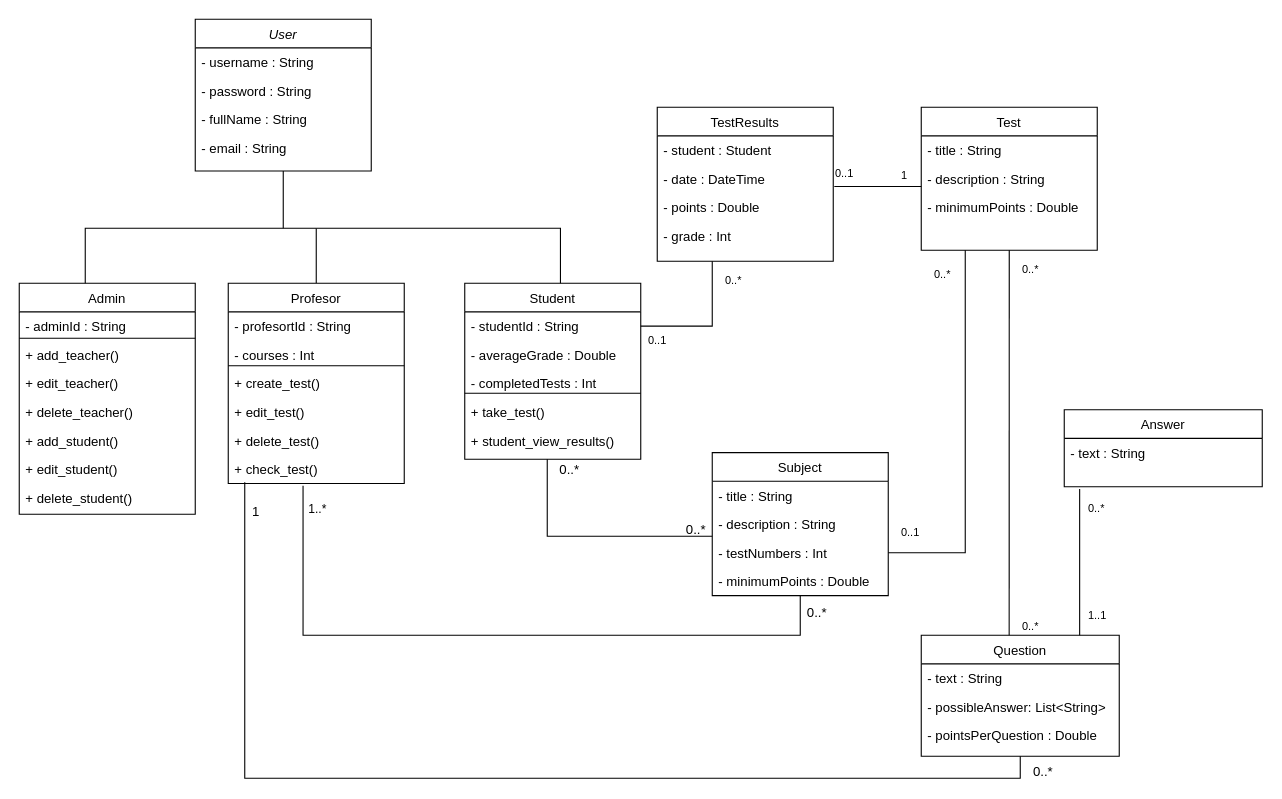
Mladjenovic/SOTIS_SEM keeps this draw.io diagram as documentation/Model.drawio. Above is the earlier version. Source tidied: cells renumbered, new cells numbered last; positions are measured from the earlier drawing's top-left corner, leaving out a move shared by most shapes. Both pictures are drawn from the tidied source at 110%, with x=0, y=0 at pixel (19, 19).
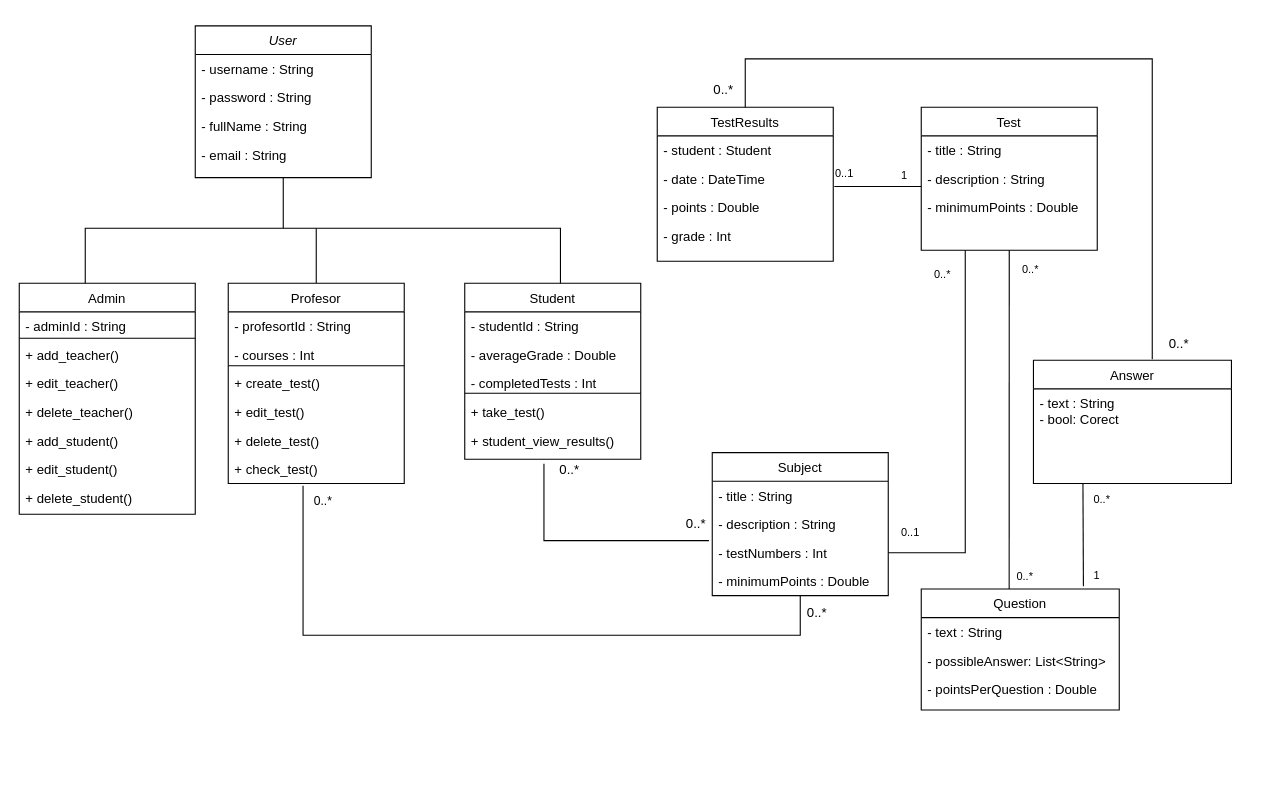
The same diagram, later.

The change refers to these unchanged cells:
```xml
<mxCell id="8" value="- studentId : String" style="text;align=left;verticalAlign=top;spacingLeft=4;spacingRight=4;overflow=hidden;points=[[0,0.5],[1,0.5]];portConstraint=eastwest;" parent="7" vertex="1">
  <mxGeometry y="26" width="160" height="26" as="geometry" />
</mxCell>
<mxCell id="37" style="endArrow=none;html=1;rounded=0;entryX=0.425;entryY=1.077;entryDx=0;entryDy=0;entryPerimeter=0;exitX=0.5;exitY=1;exitDx=0;exitDy=0;" parent="1" edge="1" source="32" target="22">
  <mxGeometry relative="1" as="geometry">
    <Array as="points">
      <mxPoint x="710" y="560" />
      <mxPoint x="258" y="560" />
    </Array>
  </mxGeometry>
</mxCell>
<mxCell id="47" value="TestResults" style="swimlane;fontStyle=0;align=center;verticalAlign=top;horizontal=1;startSize=26;rounded=0;shadow=0;strokeWidth=1;" parent="1" vertex="1">
  <mxGeometry x="580" y="80" width="160" height="140" as="geometry" />
</mxCell>
```

What changed in the source:
```diff
@@
-<mxGraphModel>
+<mxGraphModel background="#FFFFFF">
@@
-    <mxCell id="2" value="User" style="swimlane;fontStyle=2;align=center;verticalAlign=top;horizontal=1;startSize=26;rounded=0;shadow=0;strokeWidth=1;" parent="1" vertex="1">
-      <mxGeometry x="160" width="160" height="138" as="geometry" />
+    <mxCell id="2" value="User" style="swimlane;fontStyle=2;align=center;verticalAlign=top;horizontal=1;startSize=26;rounded=0;shadow=0;strokeWidth=1;fillColor=default;strokeColor=default;fontColor=default;" parent="1" vertex="1">
+      <mxGeometry x="160" y="6" width="160" height="138" as="geometry" />
     </mxCell>
@@
-    <mxCell id="38" value="1..*" style="edgeLabel;html=1;align=center;verticalAlign=middle;" parent="37" vertex="1">
+    <mxCell id="38" value="0..*" style="edgeLabel;html=1;align=center;verticalAlign=middle;labelBackgroundColor=default;fontColor=default;" parent="37" vertex="1">
       <mxGeometry x="0.89" y="-10" relative="1" as="geometry">
-        <mxPoint x="2" y="-14" as="offset" />
+        <mxPoint x="7" y="-21" as="offset" />
       </mxGeometry>
     </mxCell>
-    <mxCell id="39" value="0..*" style="text;html=1;align=center;verticalAlign=middle;strokeColor=none;fillColor=none;" parent="1" vertex="1">
-      <mxGeometry x="600" y="454" width="30" height="20" as="geometry" />
+    <mxCell id="39" value="0..*" style="text;html=1;align=center;verticalAlign=middle;strokeColor=none;fillColor=none;fontColor=default;" parent="1" vertex="1">
+      <mxGeometry x="600" y="449" width="30" height="20" as="geometry" />
     </mxCell>
-    <mxCell id="40" style="endArrow=none;html=1;rounded=0;" parent="1" edge="1">
+    <mxCell id="40" style="endArrow=none;html=1;rounded=0;strokeColor=default;labelBackgroundColor=default;fontColor=default;" parent="1" edge="1">
       <mxGeometry relative="1" as="geometry">
-        <mxPoint x="630" y="470" as="sourcePoint" />
-        <mxPoint x="480" y="400" as="targetPoint" />
+        <mxPoint x="627" y="474" as="sourcePoint" />
+        <mxPoint x="477" y="404" as="targetPoint" />
         <Array as="points">
-          <mxPoint x="480" y="470" />
+          <mxPoint x="477" y="474" />
         </Array>
       </mxGeometry>
     </mxCell>
@@
-    <mxCell id="52" value="Question" style="swimlane;fontStyle=0;align=center;verticalAlign=top;horizontal=1;startSize=26;rounded=0;shadow=0;strokeWidth=1;" parent="1" vertex="1">
-      <mxGeometry x="820" y="560" width="180" height="110" as="geometry" />
+    <mxCell id="52" value="Question" style="swimlane;fontStyle=0;align=center;verticalAlign=top;horizontal=1;startSize=26;rounded=0;shadow=0;strokeWidth=1;fillColor=default;strokeColor=default;fontColor=default;" parent="1" vertex="1">
+      <mxGeometry x="820" y="518" width="180" height="110" as="geometry" />
     </mxCell>
-    <mxCell id="53" value="- text : String" style="text;align=left;verticalAlign=top;spacingLeft=4;spacingRight=4;overflow=hidden;" parent="52" vertex="1">
+    <mxCell id="53" value="- text : String" style="text;align=left;verticalAlign=top;spacingLeft=4;spacingRight=4;overflow=hidden;fontColor=default;" parent="52" vertex="1">
       <mxGeometry y="26" width="180" height="26" as="geometry" />
     </mxCell>
@@
-    <mxCell id="56" style="endArrow=none;html=1;rounded=0;endSize=17;exitX=1;exitY=0.5;exitDx=0;exitDy=0;" parent="1" edge="1" source="8">
-      <mxGeometry relative="1" as="geometry">
-        <mxPoint x="630" y="220" as="targetPoint" />
-        <Array as="points">
-          <mxPoint x="630" y="279" />
-        </Array>
-      </mxGeometry>
-    </mxCell>
-    <mxCell id="57" value="&lt;span style=&quot;color: rgb(0 , 0 , 0) ; font-family: &amp;#34;helvetica&amp;#34; ; font-size: 10px ; font-style: normal ; font-weight: 400 ; letter-spacing: normal ; text-align: center ; text-indent: 0px ; text-transform: none ; word-spacing: 0px ; background-color: rgb(255 , 255 , 255) ; display: inline ; float: none&quot;&gt;0..*&lt;/span&gt;" style="text;whiteSpace=wrap;html=1;fontSize=10;" parent="1" vertex="1">
-      <mxGeometry x="640" y="225" width="20" height="20" as="geometry" />
-    </mxCell>
-    <mxCell id="58" style="endArrow=none;html=1;rounded=0;fontSize=10;endSize=17;entryX=1.25;entryY=-0.45;entryDx=0;entryDy=0;entryPerimeter=0;" parent="1" edge="1">
-      <mxGeometry relative="1" as="geometry">
-        <mxPoint x="910" y="670" as="sourcePoint" />
-        <mxPoint x="205" y="421" as="targetPoint" />
-        <Array as="points">
-          <mxPoint x="910" y="690" />
-          <mxPoint x="205" y="690" />
-        </Array>
-      </mxGeometry>
-    </mxCell>
-    <mxCell id="59" value="&lt;span style=&quot;color: rgb(0, 0, 0); font-family: helvetica; font-size: 12px; font-style: normal; font-weight: 400; letter-spacing: normal; text-align: center; text-indent: 0px; text-transform: none; word-spacing: 0px; background-color: rgb(255, 255, 255); display: inline; float: none;&quot;&gt;0..*&lt;/span&gt;" style="text;whiteSpace=wrap;html=1;fontSize=12;" parent="1" vertex="1">
-      <mxGeometry x="920" y="670" width="20" height="20" as="geometry" />
-    </mxCell>
@@
-    <mxCell id="61" value="&lt;span style=&quot;color: rgb(0 , 0 , 0) ; font-family: &amp;#34;helvetica&amp;#34; ; font-size: 10px ; font-style: normal ; font-weight: 400 ; letter-spacing: normal ; text-align: center ; text-indent: 0px ; text-transform: none ; word-spacing: 0px ; background-color: rgb(255 , 255 , 255) ; display: inline ; float: none&quot;&gt;0..1&lt;/span&gt;" style="text;whiteSpace=wrap;html=1;fontSize=10;" parent="1" vertex="1">
-      <mxGeometry x="570" y="280" width="20" height="20" as="geometry" />
-    </mxCell>
@@
-    <mxCell id="63" value="&lt;span style=&quot;color: rgb(0, 0, 0); font-family: helvetica; font-size: 12px; font-style: normal; font-weight: 400; letter-spacing: normal; text-align: center; text-indent: 0px; text-transform: none; word-spacing: 0px; background-color: rgb(255, 255, 255); display: inline; float: none;&quot;&gt;1&lt;/span&gt;" style="text;whiteSpace=wrap;html=1;fontSize=12;" parent="1" vertex="1">
-      <mxGeometry x="210" y="434" width="20" height="20" as="geometry" />
-    </mxCell>
@@
-    <mxCell id="67" value="&lt;span style=&quot;color: rgb(0, 0, 0); font-family: helvetica; font-size: 10px; font-style: normal; font-weight: 400; letter-spacing: normal; text-align: center; text-indent: 0px; text-transform: none; word-spacing: 0px; background-color: rgb(255, 255, 255); display: inline; float: none;&quot;&gt;0..*&lt;/span&gt;" style="text;whiteSpace=wrap;html=1;fontSize=10;" parent="1" vertex="1">
-      <mxGeometry x="910" y="540" width="40" height="30" as="geometry" />
+    <mxCell id="67" value="&lt;span style=&quot;font-family: helvetica; font-size: 10px; font-style: normal; font-weight: 400; letter-spacing: normal; text-align: center; text-indent: 0px; text-transform: none; word-spacing: 0px; background-color: rgb(255, 255, 255); display: inline; float: none;&quot;&gt;0..*&lt;/span&gt;" style="text;whiteSpace=wrap;html=1;fontSize=10;fontColor=default;" parent="1" vertex="1">
+      <mxGeometry x="905" y="494" width="40" height="30" as="geometry" />
     </mxCell>
@@
-    <mxCell id="74" value="Answer" style="swimlane;fontStyle=0;align=center;verticalAlign=top;horizontal=1;startSize=26;rounded=0;shadow=0;strokeWidth=1;" parent="1" vertex="1">
-      <mxGeometry x="950" y="355" width="180" height="70" as="geometry" />
+    <mxCell id="74" value="Answer" style="swimlane;fontStyle=0;align=center;verticalAlign=top;horizontal=1;startSize=26;rounded=0;shadow=0;strokeWidth=1;fillColor=default;strokeColor=default;fontColor=default;" parent="1" vertex="1">
+      <mxGeometry x="922" y="310" width="180" height="112" as="geometry" />
     </mxCell>
-    <mxCell id="75" value="- text : String" style="text;align=left;verticalAlign=top;spacingLeft=4;spacingRight=4;overflow=hidden;" parent="74" vertex="1">
-      <mxGeometry y="26" width="180" height="24" as="geometry" />
+    <mxCell id="75" value="- text : String&#10;- bool: Corect" style="text;align=left;verticalAlign=top;spacingLeft=4;spacingRight=4;overflow=hidden;fontColor=default;" parent="74" vertex="1">
+      <mxGeometry y="26" width="180" height="67" as="geometry" />
     </mxCell>
-    <mxCell id="76" style="endArrow=none;html=1;rounded=0;fontSize=12;endSize=17;" parent="1" edge="1">
-      <mxGeometry relative="1" as="geometry">
-        <mxPoint x="964" y="560" as="sourcePoint" />
-        <mxPoint x="964" y="427" as="targetPoint" />
-      </mxGeometry>
+    <mxCell id="76" style="endArrow=none;html=1;rounded=0;fontSize=12;endSize=17;exitX=0.819;exitY=-0.023;exitDx=0;exitDy=0;exitPerimeter=0;strokeColor=default;labelBackgroundColor=default;fontColor=default;entryX=0.25;entryY=1;entryDx=0;entryDy=0;" parent="1" edge="1" source="52" target="74">
+      <mxGeometry relative="1" as="geometry" />
     </mxCell>
-    <mxCell id="77" value="&lt;div style=&quot;text-align: center&quot;&gt;&lt;font face=&quot;helvetica&quot;&gt;&lt;span style=&quot;background-color: rgb(255 , 255 , 255)&quot;&gt;0..*&lt;/span&gt;&lt;/font&gt;&lt;/div&gt;" style="text;whiteSpace=wrap;html=1;fontSize=10;" parent="1" vertex="1">
-      <mxGeometry x="970" y="431.5" width="20" height="25" as="geometry" />
+    <mxCell id="77" value="&lt;div style=&quot;text-align: center&quot;&gt;&lt;font face=&quot;helvetica&quot;&gt;&lt;span style=&quot;background-color: rgb(255 , 255 , 255)&quot;&gt;0..*&lt;/span&gt;&lt;/font&gt;&lt;/div&gt;" style="text;whiteSpace=wrap;html=1;fontSize=10;fontColor=default;" parent="1" vertex="1">
+      <mxGeometry x="975" y="424" width="20" height="25" as="geometry" />
     </mxCell>
-    <mxCell id="78" value="&lt;div style=&quot;text-align: center&quot;&gt;&lt;font face=&quot;helvetica&quot;&gt;&lt;span style=&quot;background-color: rgb(255 , 255 , 255)&quot;&gt;1..1&lt;/span&gt;&lt;/font&gt;&lt;/div&gt;" style="text;whiteSpace=wrap;html=1;fontSize=10;" parent="1" vertex="1">
-      <mxGeometry x="970" y="530" width="20" height="25" as="geometry" />
+    <mxCell id="78" value="&lt;div style=&quot;text-align: center&quot;&gt;&lt;font face=&quot;helvetica&quot;&gt;&lt;span style=&quot;background-color: rgb(255 , 255 , 255)&quot;&gt;1&lt;/span&gt;&lt;/font&gt;&lt;/div&gt;&lt;div style=&quot;text-align: center&quot;&gt;&lt;font face=&quot;helvetica&quot;&gt;&lt;span style=&quot;background-color: rgb(255 , 255 , 255)&quot;&gt;&lt;br&gt;&lt;/span&gt;&lt;/font&gt;&lt;/div&gt;" style="text;whiteSpace=wrap;html=1;fontSize=10;fontColor=default;" parent="1" vertex="1">
+      <mxGeometry x="975" y="493" width="20" height="25" as="geometry" />
     </mxCell>
+    <mxCell id="79" style="endArrow=none;html=1;rounded=0;labelBackgroundColor=default;fontColor=default;strokeColor=default;entryX=0.5;entryY=0;entryDx=0;entryDy=0;" parent="1" edge="1" target="47">
+      <mxGeometry relative="1" as="geometry">
+        <mxPoint x="1030" y="309" as="sourcePoint" />
+        <Array as="points">
+          <mxPoint x="1030" y="36" />
+          <mxPoint x="660" y="36" />
+        </Array>
+      </mxGeometry>
+    </mxCell>
+    <mxCell id="80" value="0..*&lt;br&gt;" style="text;html=1;align=center;verticalAlign=middle;strokeColor=none;fillColor=none;fontColor=default;" parent="1" vertex="1">
+      <mxGeometry x="626" y="55" width="28" height="18" as="geometry" />
+    </mxCell>
+    <mxCell id="81" value="0..*&lt;br&gt;" style="text;html=1;align=center;verticalAlign=middle;strokeColor=none;fillColor=none;fontColor=default;" parent="1" vertex="1">
+      <mxGeometry x="1040" y="286" width="28" height="18" as="geometry" />
+    </mxCell>
```
